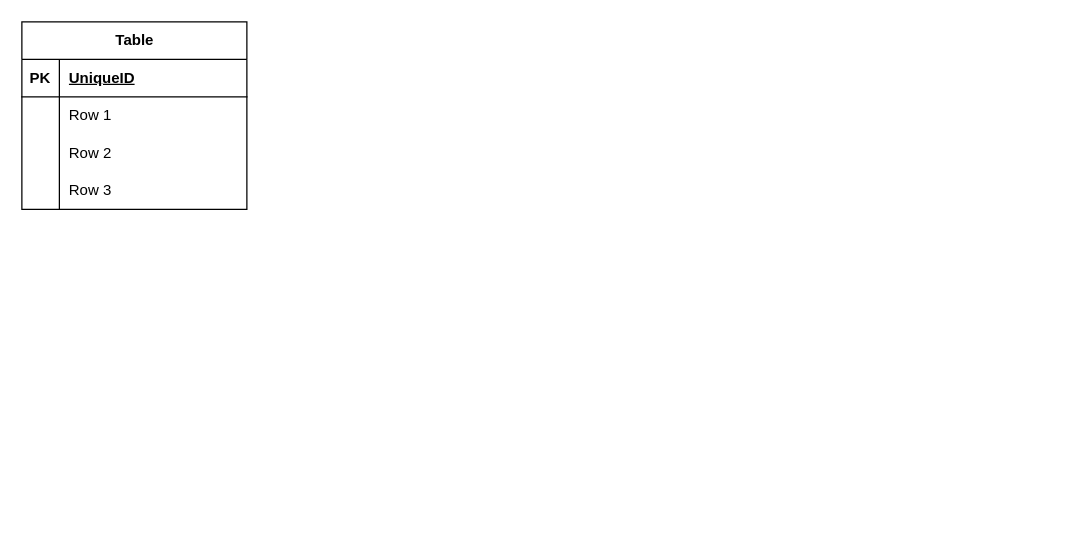
thomaspeace/lab_sql_safari keeps this draw.io diagram as sql_safari_erd.drawio. Above is the earlier version. Source tidied: cells renumbered, new cells numbered last; positions are measured from the earlier drawing's top-left corner, leaving out a move shared by most shapes. Both pictures are drawn from the tidied source at 125%, with x=0, y=0 at pixel (21, 21).
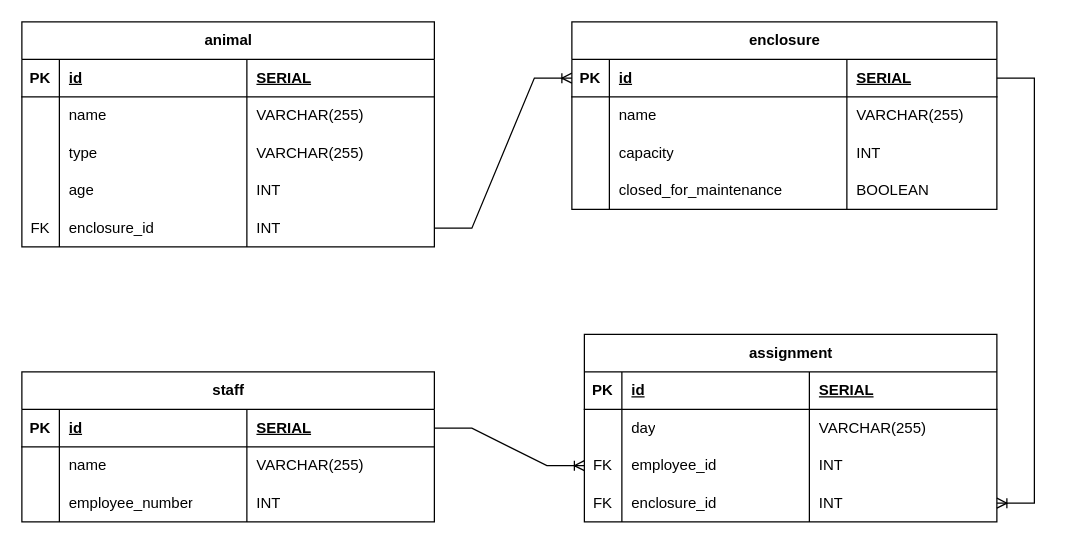
The same page after the edit.

Commit message (it also covers changes not shown here):
add .png of ERD diagram

Diff of the diagram source:
```diff
@@
-    <mxCell id="2" value="Table" style="shape=table;startSize=30;childLayout=tableLayout;rowLines=0;fontStyle=1;align=center;html=1;" parent="1" vertex="1">
-      <mxGeometry width="180" height="150" as="geometry" />
+    <mxCell id="2" value="animal" style="shape=table;startSize=30;childLayout=tableLayout;rowLines=0;fontStyle=1;align=center;html=1;" parent="1" vertex="1">
+      <mxGeometry width="330" height="180" as="geometry" />
     </mxCell>
     <mxCell id="3" style="shape=tableRow;horizontal=0;startSize=0;swimlaneHead=0;swimlaneBody=0;fillColor=none;top=0;left=0;right=0;bottom=1;" parent="2" vertex="1">
-      <mxGeometry y="30" width="180" height="30" as="geometry" />
+      <mxGeometry y="30" width="330" height="30" as="geometry" />
     </mxCell>
@@
-    <mxCell id="5" value="UniqueID" style="shape=partialRectangle;fillColor=none;top=0;left=0;bottom=0;right=0;align=left;spacingLeft=6;fontStyle=5;overflow=hidden;whiteSpace=wrap;html=1;" parent="3" vertex="1">
+    <mxCell id="5" value="id" style="shape=partialRectangle;fillColor=none;top=0;left=0;bottom=0;right=0;align=left;spacingLeft=6;fontStyle=5;overflow=hidden;whiteSpace=wrap;html=1;" parent="3" vertex="1">
       <mxGeometry x="30" width="150" height="30" as="geometry" />
     </mxCell>
+    <mxCell id="15" value="SERIAL" style="shape=partialRectangle;fillColor=none;top=0;left=0;bottom=0;right=0;align=left;spacingLeft=6;fontStyle=5;overflow=hidden;whiteSpace=wrap;html=1;" parent="3" vertex="1">
+      <mxGeometry x="180" width="150" height="30" as="geometry" />
+    </mxCell>
     <mxCell id="6" style="shape=tableRow;horizontal=0;startSize=0;swimlaneHead=0;swimlaneBody=0;fillColor=none;top=0;left=0;right=0;bottom=0;" parent="2" vertex="1">
-      <mxGeometry y="60" width="180" height="30" as="geometry" />
+      <mxGeometry y="60" width="330" height="30" as="geometry" />
     </mxCell>
@@
-    <mxCell id="8" value="Row 1" style="shape=partialRectangle;fillColor=none;top=0;left=0;bottom=0;right=0;align=left;spacingLeft=6;overflow=hidden;whiteSpace=wrap;html=1;" parent="6" vertex="1">
+    <mxCell id="8" value="name" style="shape=partialRectangle;fillColor=none;top=0;left=0;bottom=0;right=0;align=left;spacingLeft=6;overflow=hidden;whiteSpace=wrap;html=1;" parent="6" vertex="1">
       <mxGeometry x="30" width="150" height="30" as="geometry" />
     </mxCell>
+    <mxCell id="16" value="VARCHAR(255)" style="shape=partialRectangle;fillColor=none;top=0;left=0;bottom=0;right=0;align=left;spacingLeft=6;overflow=hidden;whiteSpace=wrap;html=1;" parent="6" vertex="1">
+      <mxGeometry x="180" width="150" height="30" as="geometry" />
+    </mxCell>
     <mxCell id="9" style="shape=tableRow;horizontal=0;startSize=0;swimlaneHead=0;swimlaneBody=0;fillColor=none;top=0;left=0;right=0;bottom=0;" parent="2" vertex="1">
-      <mxGeometry y="90" width="180" height="30" as="geometry" />
+      <mxGeometry y="90" width="330" height="30" as="geometry" />
     </mxCell>
@@
-    <mxCell id="11" value="Row 2" style="shape=partialRectangle;fillColor=none;top=0;left=0;bottom=0;right=0;align=left;spacingLeft=6;overflow=hidden;whiteSpace=wrap;html=1;" parent="9" vertex="1">
+    <mxCell id="11" value="type" style="shape=partialRectangle;fillColor=none;top=0;left=0;bottom=0;right=0;align=left;spacingLeft=6;overflow=hidden;whiteSpace=wrap;html=1;" parent="9" vertex="1">
       <mxGeometry x="30" width="150" height="30" as="geometry" />
     </mxCell>
+    <mxCell id="17" value="VARCHAR(255)" style="shape=partialRectangle;fillColor=none;top=0;left=0;bottom=0;right=0;align=left;spacingLeft=6;overflow=hidden;whiteSpace=wrap;html=1;" parent="9" vertex="1">
+      <mxGeometry x="180" width="150" height="30" as="geometry" />
+    </mxCell>
     <mxCell id="12" style="shape=tableRow;horizontal=0;startSize=0;swimlaneHead=0;swimlaneBody=0;fillColor=none;top=0;left=0;right=0;bottom=0;" parent="2" vertex="1">
-      <mxGeometry y="120" width="180" height="30" as="geometry" />
+      <mxGeometry y="120" width="330" height="30" as="geometry" />
     </mxCell>
@@
-    <mxCell id="14" value="Row 3" style="shape=partialRectangle;fillColor=none;top=0;left=0;bottom=0;right=0;align=left;spacingLeft=6;overflow=hidden;whiteSpace=wrap;html=1;" parent="12" vertex="1">
+    <mxCell id="14" value="age" style="shape=partialRectangle;fillColor=none;top=0;left=0;bottom=0;right=0;align=left;spacingLeft=6;overflow=hidden;whiteSpace=wrap;html=1;" parent="12" vertex="1">
       <mxGeometry x="30" width="150" height="30" as="geometry" />
     </mxCell>
+    <mxCell id="18" value="INT" style="shape=partialRectangle;fillColor=none;top=0;left=0;bottom=0;right=0;align=left;spacingLeft=6;overflow=hidden;whiteSpace=wrap;html=1;" parent="12" vertex="1">
+      <mxGeometry x="180" width="150" height="30" as="geometry" />
+    </mxCell>
+    <mxCell id="19" style="shape=tableRow;horizontal=0;startSize=0;swimlaneHead=0;swimlaneBody=0;fillColor=none;points=[[0,0.5],[1,0.5]];portConstraint=eastwest;top=0;left=0;right=0;bottom=0;" parent="2" vertex="1">
+      <mxGeometry y="150" width="330" height="30" as="geometry" />
+    </mxCell>
+    <mxCell id="20" value="FK" style="shape=partialRectangle;fillColor=none;top=0;left=0;bottom=0;right=0;overflow=hidden;whiteSpace=wrap;html=1;" parent="19" vertex="1">
+      <mxGeometry width="30" height="30" as="geometry" />
+    </mxCell>
+    <mxCell id="21" value="enclosure_id" style="shape=partialRectangle;fillColor=none;top=0;left=0;bottom=0;right=0;align=left;spacingLeft=6;overflow=hidden;whiteSpace=wrap;html=1;" parent="19" vertex="1">
+      <mxGeometry x="30" width="150" height="30" as="geometry" />
+    </mxCell>
+    <mxCell id="22" value="INT" style="shape=partialRectangle;fillColor=none;top=0;left=0;bottom=0;right=0;align=left;spacingLeft=6;overflow=hidden;whiteSpace=wrap;html=1;" parent="19" vertex="1">
+      <mxGeometry x="180" width="150" height="30" as="geometry" />
+    </mxCell>
+    <mxCell id="23" value="enclosure" style="shape=table;startSize=30;childLayout=tableLayout;rowLines=0;fontStyle=1;align=center;html=1;" parent="1" vertex="1">
+      <mxGeometry x="440" width="340" height="150" as="geometry" />
+    </mxCell>
+    <mxCell id="24" style="shape=tableRow;horizontal=0;startSize=0;swimlaneHead=0;swimlaneBody=0;fillColor=none;points=[[0,0.5],[1,0.5]];portConstraint=eastwest;top=0;left=0;right=0;bottom=1;" parent="23" vertex="1">
+      <mxGeometry y="30" width="340" height="30" as="geometry" />
+    </mxCell>
+    <mxCell id="25" value="PK" style="shape=partialRectangle;fillColor=none;top=0;left=0;bottom=0;right=0;fontStyle=1;overflow=hidden;whiteSpace=wrap;html=1;" parent="24" vertex="1">
+      <mxGeometry width="30" height="30" as="geometry" />
+    </mxCell>
+    <mxCell id="26" value="id" style="shape=partialRectangle;fillColor=none;top=0;left=0;bottom=0;right=0;align=left;spacingLeft=6;fontStyle=5;overflow=hidden;whiteSpace=wrap;html=1;" parent="24" vertex="1">
+      <mxGeometry x="30" width="190" height="30" as="geometry" />
+    </mxCell>
+    <mxCell id="27" value="SERIAL" style="shape=partialRectangle;fillColor=none;top=0;left=0;bottom=0;right=0;align=left;spacingLeft=6;fontStyle=5;overflow=hidden;whiteSpace=wrap;html=1;" parent="24" vertex="1">
+      <mxGeometry x="220" width="120" height="30" as="geometry" />
+    </mxCell>
+    <mxCell id="28" style="shape=tableRow;horizontal=0;startSize=0;swimlaneHead=0;swimlaneBody=0;fillColor=none;top=0;left=0;right=0;bottom=0;" parent="23" vertex="1">
+      <mxGeometry y="60" width="340" height="30" as="geometry" />
+    </mxCell>
+    <mxCell id="29" style="shape=partialRectangle;fillColor=none;top=0;left=0;bottom=0;right=0;overflow=hidden;whiteSpace=wrap;html=1;" parent="28" vertex="1">
+      <mxGeometry width="30" height="30" as="geometry" />
+    </mxCell>
+    <mxCell id="30" value="name" style="shape=partialRectangle;fillColor=none;top=0;left=0;bottom=0;right=0;align=left;spacingLeft=6;overflow=hidden;whiteSpace=wrap;html=1;" parent="28" vertex="1">
+      <mxGeometry x="30" width="190" height="30" as="geometry" />
+    </mxCell>
+    <mxCell id="31" value="VARCHAR(255)" style="shape=partialRectangle;fillColor=none;top=0;left=0;bottom=0;right=0;align=left;spacingLeft=6;overflow=hidden;whiteSpace=wrap;html=1;" parent="28" vertex="1">
+      <mxGeometry x="220" width="120" height="30" as="geometry" />
+    </mxCell>
+    <mxCell id="32" style="shape=tableRow;horizontal=0;startSize=0;swimlaneHead=0;swimlaneBody=0;fillColor=none;top=0;left=0;right=0;bottom=0;" parent="23" vertex="1">
+      <mxGeometry y="90" width="340" height="30" as="geometry" />
+    </mxCell>
+    <mxCell id="33" style="shape=partialRectangle;fillColor=none;top=0;left=0;bottom=0;right=0;overflow=hidden;whiteSpace=wrap;html=1;" parent="32" vertex="1">
+      <mxGeometry width="30" height="30" as="geometry" />
+    </mxCell>
+    <mxCell id="34" value="capacity" style="shape=partialRectangle;fillColor=none;top=0;left=0;bottom=0;right=0;align=left;spacingLeft=6;overflow=hidden;whiteSpace=wrap;html=1;" parent="32" vertex="1">
+      <mxGeometry x="30" width="190" height="30" as="geometry" />
+    </mxCell>
+    <mxCell id="35" value="INT" style="shape=partialRectangle;fillColor=none;top=0;left=0;bottom=0;right=0;align=left;spacingLeft=6;overflow=hidden;whiteSpace=wrap;html=1;" parent="32" vertex="1">
+      <mxGeometry x="220" width="120" height="30" as="geometry" />
+    </mxCell>
+    <mxCell id="36" style="shape=tableRow;horizontal=0;startSize=0;swimlaneHead=0;swimlaneBody=0;fillColor=none;top=0;left=0;right=0;bottom=0;" parent="23" vertex="1">
+      <mxGeometry y="120" width="340" height="30" as="geometry" />
+    </mxCell>
+    <mxCell id="37" style="shape=partialRectangle;fillColor=none;top=0;left=0;bottom=0;right=0;overflow=hidden;whiteSpace=wrap;html=1;" parent="36" vertex="1">
+      <mxGeometry width="30" height="30" as="geometry" />
+    </mxCell>
+    <mxCell id="38" value="closed_for_maintenance" style="shape=partialRectangle;fillColor=none;top=0;left=0;bottom=0;right=0;align=left;spacingLeft=6;overflow=hidden;whiteSpace=wrap;html=1;" parent="36" vertex="1">
+      <mxGeometry x="30" width="190" height="30" as="geometry" />
+    </mxCell>
+    <mxCell id="39" value="BOOLEAN" style="shape=partialRectangle;fillColor=none;top=0;left=0;bottom=0;right=0;align=left;spacingLeft=6;overflow=hidden;whiteSpace=wrap;html=1;" parent="36" vertex="1">
+      <mxGeometry x="220" width="120" height="30" as="geometry" />
+    </mxCell>
+    <mxCell id="40" value="staff" style="shape=table;startSize=30;childLayout=tableLayout;rowLines=0;fontStyle=1;align=center;html=1;" parent="1" vertex="1">
+      <mxGeometry y="280" width="330" height="120" as="geometry" />
+    </mxCell>
+    <mxCell id="41" style="shape=tableRow;horizontal=0;startSize=0;swimlaneHead=0;swimlaneBody=0;fillColor=none;points=[[0,0.5],[1,0.5]];portConstraint=eastwest;top=0;left=0;right=0;bottom=1;" parent="40" vertex="1">
+      <mxGeometry y="30" width="330" height="30" as="geometry" />
+    </mxCell>
+    <mxCell id="42" value="PK" style="shape=partialRectangle;fillColor=none;top=0;left=0;bottom=0;right=0;fontStyle=1;overflow=hidden;whiteSpace=wrap;html=1;" parent="41" vertex="1">
+      <mxGeometry width="30" height="30" as="geometry" />
+    </mxCell>
+    <mxCell id="43" value="id" style="shape=partialRectangle;fillColor=none;top=0;left=0;bottom=0;right=0;align=left;spacingLeft=6;fontStyle=5;overflow=hidden;whiteSpace=wrap;html=1;" parent="41" vertex="1">
+      <mxGeometry x="30" width="150" height="30" as="geometry" />
+    </mxCell>
+    <mxCell id="44" value="SERIAL" style="shape=partialRectangle;fillColor=none;top=0;left=0;bottom=0;right=0;align=left;spacingLeft=6;fontStyle=5;overflow=hidden;whiteSpace=wrap;html=1;" parent="41" vertex="1">
+      <mxGeometry x="180" width="150" height="30" as="geometry" />
+    </mxCell>
+    <mxCell id="45" style="shape=tableRow;horizontal=0;startSize=0;swimlaneHead=0;swimlaneBody=0;fillColor=none;top=0;left=0;right=0;bottom=0;" parent="40" vertex="1">
+      <mxGeometry y="60" width="330" height="30" as="geometry" />
+    </mxCell>
+    <mxCell id="46" style="shape=partialRectangle;fillColor=none;top=0;left=0;bottom=0;right=0;overflow=hidden;whiteSpace=wrap;html=1;" parent="45" vertex="1">
+      <mxGeometry width="30" height="30" as="geometry" />
+    </mxCell>
+    <mxCell id="47" value="name" style="shape=partialRectangle;fillColor=none;top=0;left=0;bottom=0;right=0;align=left;spacingLeft=6;overflow=hidden;whiteSpace=wrap;html=1;" parent="45" vertex="1">
+      <mxGeometry x="30" width="150" height="30" as="geometry" />
+    </mxCell>
+    <mxCell id="48" value="VARCHAR(255)" style="shape=partialRectangle;fillColor=none;top=0;left=0;bottom=0;right=0;align=left;spacingLeft=6;overflow=hidden;whiteSpace=wrap;html=1;" parent="45" vertex="1">
+      <mxGeometry x="180" width="150" height="30" as="geometry" />
+    </mxCell>
+    <mxCell id="49" style="shape=tableRow;horizontal=0;startSize=0;swimlaneHead=0;swimlaneBody=0;fillColor=none;top=0;left=0;right=0;bottom=0;" parent="40" vertex="1">
+      <mxGeometry y="90" width="330" height="30" as="geometry" />
+    </mxCell>
+    <mxCell id="50" style="shape=partialRectangle;fillColor=none;top=0;left=0;bottom=0;right=0;overflow=hidden;whiteSpace=wrap;html=1;" parent="49" vertex="1">
+      <mxGeometry width="30" height="30" as="geometry" />
+    </mxCell>
+    <mxCell id="51" value="employee_number" style="shape=partialRectangle;fillColor=none;top=0;left=0;bottom=0;right=0;align=left;spacingLeft=6;overflow=hidden;whiteSpace=wrap;html=1;" parent="49" vertex="1">
+      <mxGeometry x="30" width="150" height="30" as="geometry" />
+    </mxCell>
+    <mxCell id="52" value="INT" style="shape=partialRectangle;fillColor=none;top=0;left=0;bottom=0;right=0;align=left;spacingLeft=6;overflow=hidden;whiteSpace=wrap;html=1;" parent="49" vertex="1">
+      <mxGeometry x="180" width="150" height="30" as="geometry" />
+    </mxCell>
+    <mxCell id="53" value="assignment" style="shape=table;startSize=30;childLayout=tableLayout;rowLines=0;fontStyle=1;align=center;html=1;" parent="1" vertex="1">
+      <mxGeometry x="450" y="250" width="330" height="150" as="geometry" />
+    </mxCell>
+    <mxCell id="54" style="shape=tableRow;horizontal=0;startSize=0;swimlaneHead=0;swimlaneBody=0;fillColor=none;top=0;left=0;right=0;bottom=1;" parent="53" vertex="1">
+      <mxGeometry y="30" width="330" height="30" as="geometry" />
+    </mxCell>
+    <mxCell id="55" value="PK" style="shape=partialRectangle;fillColor=none;top=0;left=0;bottom=0;right=0;fontStyle=1;overflow=hidden;whiteSpace=wrap;html=1;" parent="54" vertex="1">
+      <mxGeometry width="30" height="30" as="geometry" />
+    </mxCell>
+    <mxCell id="56" value="id" style="shape=partialRectangle;fillColor=none;top=0;left=0;bottom=0;right=0;align=left;spacingLeft=6;fontStyle=5;overflow=hidden;whiteSpace=wrap;html=1;" parent="54" vertex="1">
+      <mxGeometry x="30" width="150" height="30" as="geometry" />
+    </mxCell>
+    <mxCell id="57" value="SERIAL" style="shape=partialRectangle;fillColor=none;top=0;left=0;bottom=0;right=0;align=left;spacingLeft=6;fontStyle=5;overflow=hidden;whiteSpace=wrap;html=1;" parent="54" vertex="1">
+      <mxGeometry x="180" width="150" height="30" as="geometry" />
+    </mxCell>
+    <mxCell id="58" style="shape=tableRow;horizontal=0;startSize=0;swimlaneHead=0;swimlaneBody=0;fillColor=none;top=0;left=0;right=0;bottom=0;" parent="53" vertex="1">
+      <mxGeometry y="60" width="330" height="30" as="geometry" />
+    </mxCell>
+    <mxCell id="59" style="shape=partialRectangle;fillColor=none;top=0;left=0;bottom=0;right=0;overflow=hidden;whiteSpace=wrap;html=1;" parent="58" vertex="1">
+      <mxGeometry width="30" height="30" as="geometry" />
+    </mxCell>
+    <mxCell id="60" value="day" style="shape=partialRectangle;fillColor=none;top=0;left=0;bottom=0;right=0;align=left;spacingLeft=6;overflow=hidden;whiteSpace=wrap;html=1;" parent="58" vertex="1">
+      <mxGeometry x="30" width="150" height="30" as="geometry" />
+    </mxCell>
+    <mxCell id="61" value="VARCHAR(255)" style="shape=partialRectangle;fillColor=none;top=0;left=0;bottom=0;right=0;align=left;spacingLeft=6;overflow=hidden;whiteSpace=wrap;html=1;" parent="58" vertex="1">
+      <mxGeometry x="180" width="150" height="30" as="geometry" />
+    </mxCell>
+    <mxCell id="62" style="shape=tableRow;horizontal=0;startSize=0;swimlaneHead=0;swimlaneBody=0;fillColor=none;points=[[0,0.5],[1,0.5]];portConstraint=eastwest;top=0;left=0;right=0;bottom=0;" parent="53" vertex="1">
+      <mxGeometry y="90" width="330" height="30" as="geometry" />
+    </mxCell>
+    <mxCell id="63" value="FK" style="shape=partialRectangle;fillColor=none;top=0;left=0;bottom=0;right=0;overflow=hidden;whiteSpace=wrap;html=1;" parent="62" vertex="1">
+      <mxGeometry width="30" height="30" as="geometry" />
+    </mxCell>
+    <mxCell id="64" value="employee_id" style="shape=partialRectangle;fillColor=none;top=0;left=0;bottom=0;right=0;align=left;spacingLeft=6;overflow=hidden;whiteSpace=wrap;html=1;" parent="62" vertex="1">
+      <mxGeometry x="30" width="150" height="30" as="geometry" />
+    </mxCell>
+    <mxCell id="65" value="INT" style="shape=partialRectangle;fillColor=none;top=0;left=0;bottom=0;right=0;align=left;spacingLeft=6;overflow=hidden;whiteSpace=wrap;html=1;" parent="62" vertex="1">
+      <mxGeometry x="180" width="150" height="30" as="geometry" />
+    </mxCell>
+    <mxCell id="66" style="shape=tableRow;horizontal=0;startSize=0;swimlaneHead=0;swimlaneBody=0;fillColor=none;points=[[0,0.5],[1,0.5]];portConstraint=eastwest;top=0;left=0;right=0;bottom=0;" parent="53" vertex="1">
+      <mxGeometry y="120" width="330" height="30" as="geometry" />
+    </mxCell>
+    <mxCell id="67" value="FK" style="shape=partialRectangle;fillColor=none;top=0;left=0;bottom=0;right=0;overflow=hidden;whiteSpace=wrap;html=1;" parent="66" vertex="1">
+      <mxGeometry width="30" height="30" as="geometry" />
+    </mxCell>
+    <mxCell id="68" value="enclosure_id" style="shape=partialRectangle;fillColor=none;top=0;left=0;bottom=0;right=0;align=left;spacingLeft=6;overflow=hidden;whiteSpace=wrap;html=1;" parent="66" vertex="1">
+      <mxGeometry x="30" width="150" height="30" as="geometry" />
+    </mxCell>
+    <mxCell id="69" value="INT" style="shape=partialRectangle;fillColor=none;top=0;left=0;bottom=0;right=0;align=left;spacingLeft=6;overflow=hidden;whiteSpace=wrap;html=1;" parent="66" vertex="1">
+      <mxGeometry x="180" width="150" height="30" as="geometry" />
+    </mxCell>
+    <mxCell id="70" style="edgeStyle=entityRelationEdgeStyle;fontSize=12;html=1;endArrow=ERoneToMany;rounded=0;entryX=0;entryY=0.5;entryDx=0;entryDy=0;exitX=1;exitY=0.5;exitDx=0;exitDy=0;" parent="1" edge="1" source="19" target="24">
+      <mxGeometry relative="1" as="geometry" />
+    </mxCell>
+    <mxCell id="71" style="edgeStyle=entityRelationEdgeStyle;fontSize=12;html=1;endArrow=ERoneToMany;rounded=0;exitX=1;exitY=0.5;exitDx=0;exitDy=0;entryX=0;entryY=0.5;entryDx=0;entryDy=0;" parent="1" edge="1" source="41" target="62">
+      <mxGeometry relative="1" as="geometry" />
+    </mxCell>
+    <mxCell id="72" style="edgeStyle=entityRelationEdgeStyle;fontSize=12;html=1;endArrow=ERoneToMany;rounded=0;entryX=1;entryY=0.5;entryDx=0;entryDy=0;exitX=1;exitY=0.5;exitDx=0;exitDy=0;" parent="1" edge="1" source="24" target="66">
+      <mxGeometry relative="1" as="geometry">
+        <Array as="points">
+          <mxPoint x="1053" y="220" />
+          <mxPoint x="1043" y="215" />
+          <mxPoint x="1013" y="300" />
+        </Array>
+      </mxGeometry>
+    </mxCell>
```
